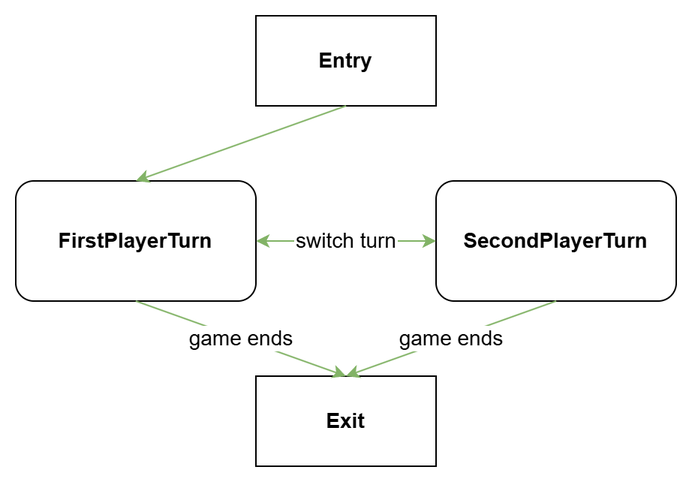
Earlier version of the draw.io export Documentation/Images/BattleLifecycleFsm.png (WyzalDev/MagicHeroes). Source tidied: cells renumbered, new cells last; positions are measured from the earlier drawing's top-left corner, leaving out a move shared by most shapes. Source of this version:
```xml
<mxGraphModel>
  <root>
    <mxCell id="0" />
    <mxCell id="1" parent="0" />
    <mxCell id="2" style="group;" parent="1" vertex="1">
      <mxGeometry width="440" height="300" as="geometry" />
    </mxCell>
    <mxCell id="3" value="FirstPlayerTurn" style="rounded=1;whiteSpace=wrap;html=1;fontStyle=1;fontSize=14;" parent="2" vertex="1">
      <mxGeometry y="110" width="160" height="80" as="geometry" />
    </mxCell>
    <mxCell id="4" value="SecondPlayerTurn" style="rounded=1;whiteSpace=wrap;html=1;fontStyle=1;fontSize=14;" parent="2" vertex="1">
      <mxGeometry x="280" y="110" width="160" height="80" as="geometry" />
    </mxCell>
    <mxCell id="5" value="Entry" style="rounded=0;whiteSpace=wrap;html=1;fontStyle=1;fontSize=14;" parent="2" vertex="1">
      <mxGeometry x="160" width="120" height="60" as="geometry" />
    </mxCell>
    <mxCell id="6" style="endArrow=classic;html=1;rounded=0;exitX=0.5;exitY=1;exitDx=0;exitDy=0;entryX=0.5;entryY=0;entryDx=0;entryDy=0;fillColor=#d5e8d4;gradientColor=#97d077;strokeColor=#82b366;" parent="2" edge="1" source="5" target="3">
      <mxGeometry relative="1" as="geometry" />
    </mxCell>
    <mxCell id="7" value="Exit" style="rounded=0;whiteSpace=wrap;html=1;fontStyle=1;fontSize=14;" parent="2" vertex="1">
      <mxGeometry x="160" y="240" width="120" height="60" as="geometry" />
    </mxCell>
    <mxCell id="8" value="game ends" style="endArrow=classic;html=1;rounded=0;exitX=0.5;exitY=1;exitDx=0;exitDy=0;entryX=0.5;entryY=0;entryDx=0;entryDy=0;fontSize=14;fillColor=#d5e8d4;gradientColor=#97d077;strokeColor=#82b366;" parent="2" edge="1" source="3" target="7">
      <mxGeometry relative="1" as="geometry" />
    </mxCell>
    <mxCell id="9" value="game ends" style="endArrow=classic;html=1;rounded=0;exitX=0.5;exitY=1;exitDx=0;exitDy=0;fontSize=14;entryX=0.5;entryY=0;entryDx=0;entryDy=0;fillColor=#d5e8d4;gradientColor=#97d077;strokeColor=#82b366;" parent="2" edge="1" source="4" target="7">
      <mxGeometry relative="1" as="geometry" />
    </mxCell>
    <mxCell id="10" value="switch turn" style="endArrow=classic;startArrow=classic;html=1;rounded=0;entryX=0;entryY=0.5;entryDx=0;entryDy=0;exitX=1;exitY=0.5;exitDx=0;exitDy=0;fontSize=14;fillColor=#d5e8d4;gradientColor=#97d077;strokeColor=#82b366;labelBorderColor=#FFFFFF;" parent="2" edge="1" source="3" target="4">
      <mxGeometry relative="1" as="geometry" />
    </mxCell>
  </root>
</mxGraphModel>
```
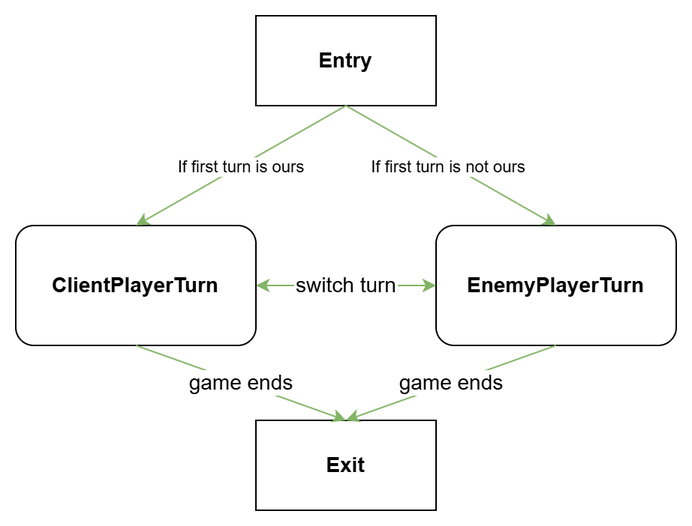
The same file after the commit.

The edit, as a diff of the source:
```diff
@@ -3,31 +3,43 @@
     <mxCell id="0" />
     <mxCell id="1" parent="0" />
     <mxCell id="2" style="group;" parent="1" vertex="1">
-      <mxGeometry width="440" height="300" as="geometry" />
+      <mxGeometry width="440" height="330" as="geometry" />
     </mxCell>
-    <mxCell id="3" value="FirstPlayerTurn" style="rounded=1;whiteSpace=wrap;html=1;fontStyle=1;fontSize=14;" parent="2" vertex="1">
-      <mxGeometry y="110" width="160" height="80" as="geometry" />
+    <mxCell id="3" style="group;" parent="2" vertex="1">
+      <mxGeometry y="30" width="440" height="300" as="geometry" />
     </mxCell>
-    <mxCell id="4" value="SecondPlayerTurn" style="rounded=1;whiteSpace=wrap;html=1;fontStyle=1;fontSize=14;" parent="2" vertex="1">
-      <mxGeometry x="280" y="110" width="160" height="80" as="geometry" />
+    <mxCell id="4" value="ClientPlayerTurn" style="rounded=1;whiteSpace=wrap;html=1;fontStyle=1;fontSize=14;" parent="3" vertex="1">
+      <mxGeometry y="110" width="160" height="80" as="geometry" />
     </mxCell>
-    <mxCell id="5" value="Entry" style="rounded=0;whiteSpace=wrap;html=1;fontStyle=1;fontSize=14;" parent="2" vertex="1">
-      <mxGeometry x="160" width="120" height="60" as="geometry" />
+    <mxCell id="5" value="EnemyPlayerTurn" style="rounded=1;whiteSpace=wrap;html=1;fontStyle=1;fontSize=14;" parent="3" vertex="1">
+      <mxGeometry x="280" y="110" width="160" height="80" as="geometry" />
     </mxCell>
-    <mxCell id="6" style="endArrow=classic;html=1;rounded=0;exitX=0.5;exitY=1;exitDx=0;exitDy=0;entryX=0.5;entryY=0;entryDx=0;entryDy=0;fillColor=#d5e8d4;gradientColor=#97d077;strokeColor=#82b366;" parent="2" edge="1" source="5" target="3">
-      <mxGeometry relative="1" as="geometry" />
+    <mxCell id="6" value="Exit" style="rounded=0;whiteSpace=wrap;html=1;fontStyle=1;fontSize=14;" parent="3" vertex="1">
+      <mxGeometry x="160" y="240" width="120" height="60" as="geometry" />
     </mxCell>
-    <mxCell id="7" value="Exit" style="rounded=0;whiteSpace=wrap;html=1;fontStyle=1;fontSize=14;" parent="2" vertex="1">
-      <mxGeometry x="160" y="240" width="120" height="60" as="geometry" />
+    <mxCell id="7" value="game ends" style="endArrow=classic;html=1;rounded=0;exitX=0.5;exitY=1;exitDx=0;exitDy=0;entryX=0.5;entryY=0;entryDx=0;entryDy=0;fontSize=14;fillColor=#d5e8d4;gradientColor=#97d077;strokeColor=#82b366;" parent="3" edge="1" source="4" target="6">
+      <mxGeometry relative="1" as="geometry" />
     </mxCell>
-    <mxCell id="8" value="game ends" style="endArrow=classic;html=1;rounded=0;exitX=0.5;exitY=1;exitDx=0;exitDy=0;entryX=0.5;entryY=0;entryDx=0;entryDy=0;fontSize=14;fillColor=#d5e8d4;gradientColor=#97d077;strokeColor=#82b366;" parent="2" edge="1" source="3" target="7">
+    <mxCell id="8" value="game ends" style="endArrow=classic;html=1;rounded=0;exitX=0.5;exitY=1;exitDx=0;exitDy=0;fontSize=14;entryX=0.5;entryY=0;entryDx=0;entryDy=0;fillColor=#d5e8d4;gradientColor=#97d077;strokeColor=#82b366;" parent="3" edge="1" source="5" target="6">
       <mxGeometry relative="1" as="geometry" />
     </mxCell>
-    <mxCell id="9" value="game ends" style="endArrow=classic;html=1;rounded=0;exitX=0.5;exitY=1;exitDx=0;exitDy=0;fontSize=14;entryX=0.5;entryY=0;entryDx=0;entryDy=0;fillColor=#d5e8d4;gradientColor=#97d077;strokeColor=#82b366;" parent="2" edge="1" source="4" target="7">
+    <mxCell id="9" value="switch turn" style="endArrow=classic;startArrow=classic;html=1;rounded=0;entryX=0;entryY=0.5;entryDx=0;entryDy=0;exitX=1;exitY=0.5;exitDx=0;exitDy=0;fontSize=14;fillColor=#d5e8d4;gradientColor=#97d077;strokeColor=#82b366;labelBorderColor=#FFFFFF;" parent="3" edge="1" source="4" target="5">
       <mxGeometry relative="1" as="geometry" />
     </mxCell>
-    <mxCell id="10" value="switch turn" style="endArrow=classic;startArrow=classic;html=1;rounded=0;entryX=0;entryY=0.5;entryDx=0;entryDy=0;exitX=1;exitY=0.5;exitDx=0;exitDy=0;fontSize=14;fillColor=#d5e8d4;gradientColor=#97d077;strokeColor=#82b366;labelBorderColor=#FFFFFF;" parent="2" edge="1" source="3" target="4">
-      <mxGeometry relative="1" as="geometry" />
+    <mxCell id="10" value="Entry" style="rounded=0;whiteSpace=wrap;html=1;fontStyle=1;fontSize=14;" parent="2" vertex="1">
+      <mxGeometry x="160" width="120" height="60" as="geometry" />
     </mxCell>
+    <mxCell id="11" style="endArrow=classic;html=1;rounded=0;exitX=0.5;exitY=1;exitDx=0;exitDy=0;entryX=0.5;entryY=0;entryDx=0;entryDy=0;fillColor=#d5e8d4;gradientColor=#97d077;strokeColor=#82b366;" parent="2" edge="1" source="10" target="4">
+      <mxGeometry relative="1" as="geometry" />
+    </mxCell>
+    <mxCell id="12" value="If first turn is ours" style="edgeLabel;html=1;align=center;verticalAlign=middle;" parent="11" vertex="1">
+      <mxGeometry relative="1" as="geometry" />
+    </mxCell>
+    <mxCell id="13" style="endArrow=classic;html=1;rounded=0;exitX=0.5;exitY=1;exitDx=0;exitDy=0;entryX=0.5;entryY=0;entryDx=0;entryDy=0;fillColor=#d5e8d4;gradientColor=#97d077;strokeColor=#82b366;" parent="2" edge="1" source="10" target="5">
+      <mxGeometry relative="1" as="geometry" />
+    </mxCell>
+    <mxCell id="14" value="If first turn is not ours" style="edgeLabel;html=1;align=center;verticalAlign=middle;" parent="13" vertex="1">
+      <mxGeometry x="-0.02" y="-2" relative="1" as="geometry" />
+    </mxCell>
   </root>
 </mxGraphModel>
```
